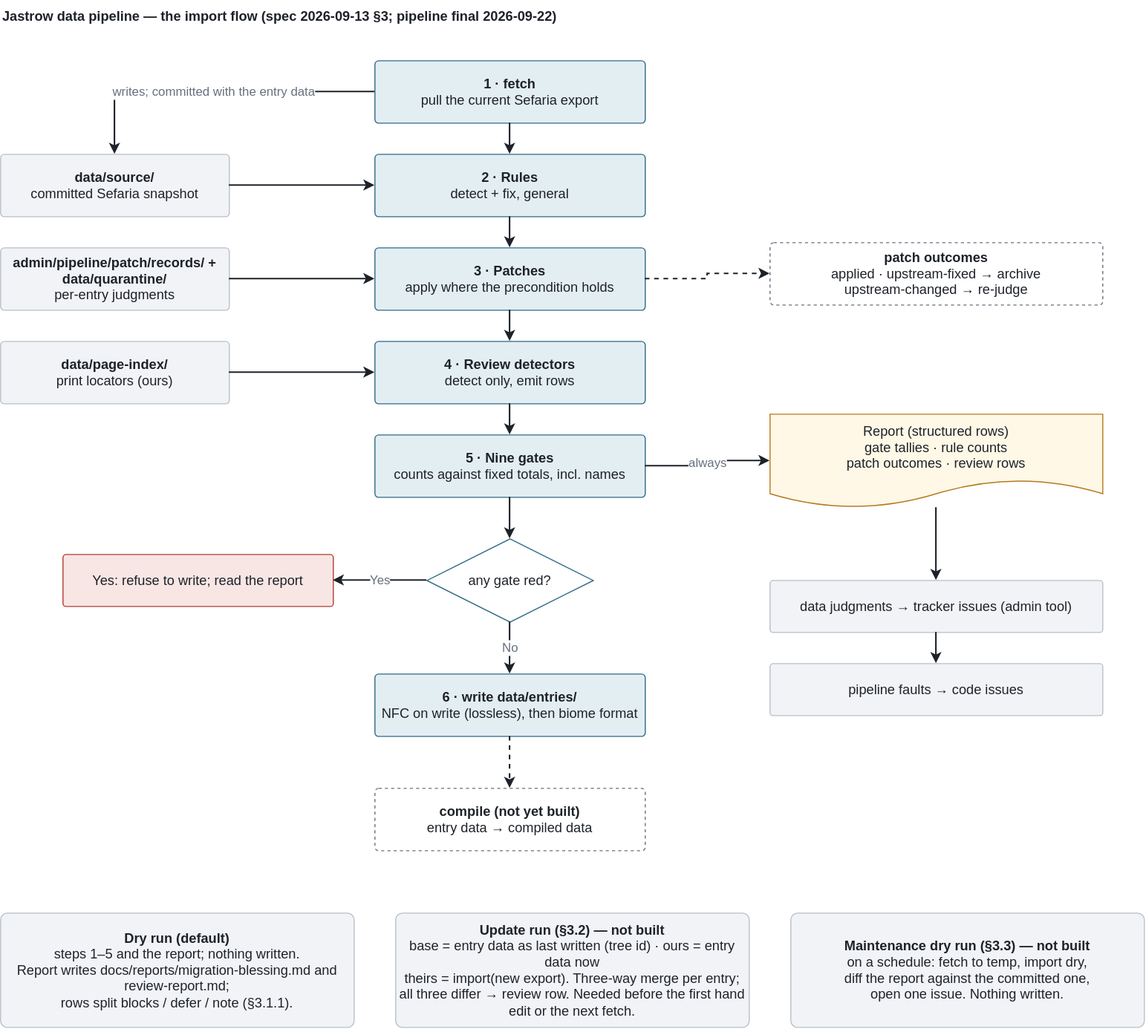
The draw.io diagram docs/pipeline-flow.drawio.svg in UniquePixels/jastrow, before a commit. Source tidied: cells renumbered, new cells last; positions are measured from the earlier drawing's top-left corner, leaving out a move shared by most shapes.
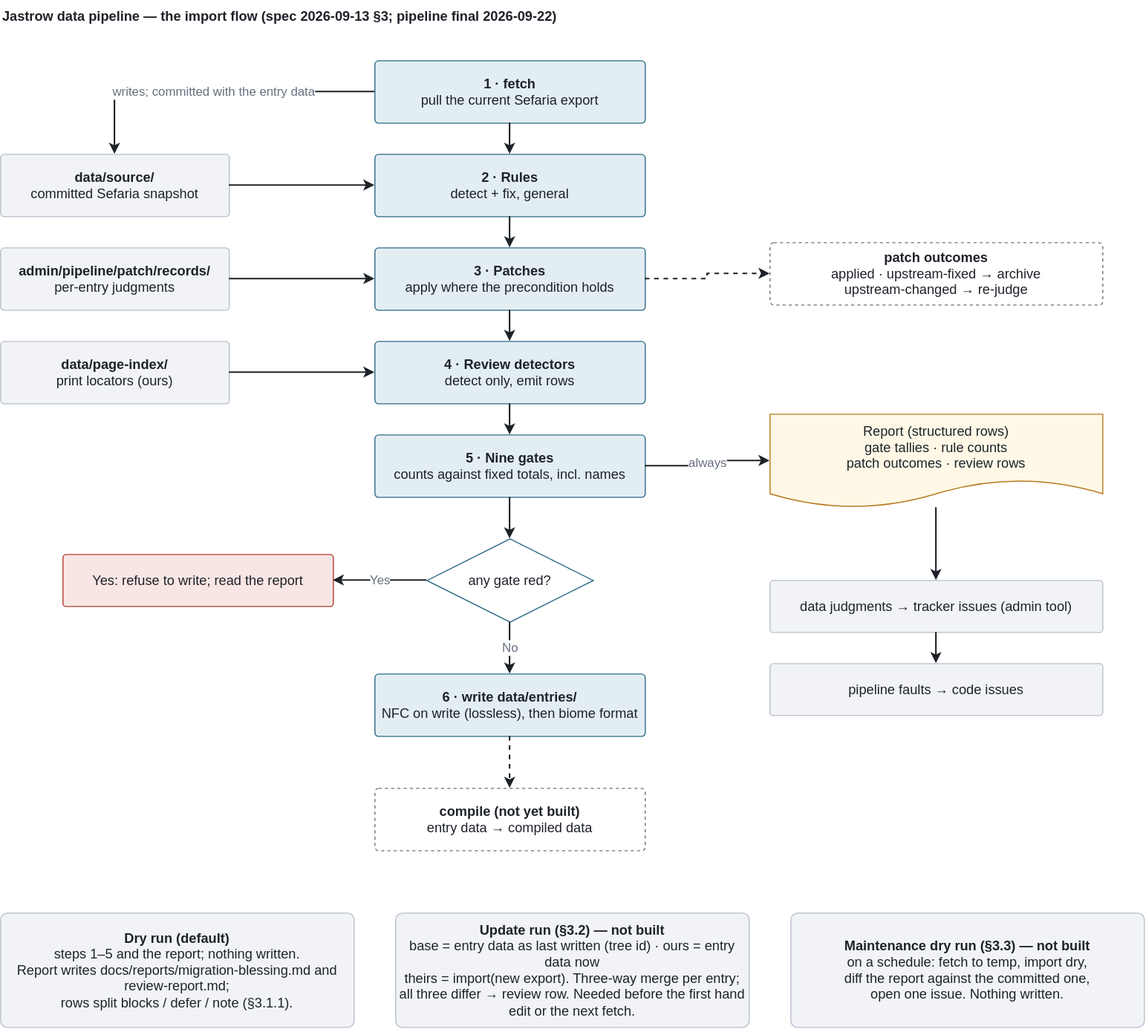
Later version of the same file.

What changed in the source:
```diff
@@ -11,7 +11,7 @@
     <mxCell id="4" value="&lt;b&gt;data/page-index/&lt;/b&gt;&lt;br&gt;print locators (ours)" style="rounded=1;arcSize=6;whiteSpace=wrap;html=1;fontFamily=Helvetica;fontSize=13;fontColor=#1E2229;fillColor=#F1F3F6;strokeColor=#B8C0CA;" parent="1" vertex="1">
       <mxGeometry y="328" width="220" height="60" as="geometry" />
     </mxCell>
-    <mxCell id="5" value="&lt;b&gt;admin/pipeline/patch/records/ + data/quarantine/&lt;/b&gt;&lt;br&gt;per-entry judgments" style="rounded=1;arcSize=6;whiteSpace=wrap;html=1;fontFamily=Helvetica;fontSize=13;fontColor=#1E2229;fillColor=#F1F3F6;strokeColor=#B8C0CA;" parent="1" vertex="1">
+    <mxCell id="5" value="&lt;b&gt;admin/pipeline/patch/records/&lt;/b&gt;&lt;br&gt;per-entry judgments" style="rounded=1;arcSize=6;whiteSpace=wrap;html=1;fontFamily=Helvetica;fontSize=13;fontColor=#1E2229;fillColor=#F1F3F6;strokeColor=#B8C0CA;" parent="1" vertex="1">
       <mxGeometry y="238" width="220" height="60" as="geometry" />
     </mxCell>
     <mxCell id="6" value="&lt;b&gt;1 · fetch&lt;/b&gt;&lt;br&gt;pull the current Sefaria export" style="rounded=1;arcSize=6;whiteSpace=wrap;html=1;fontFamily=Helvetica;fontSize=13;fontColor=#1E2229;fillColor=#E3EEF3;strokeColor=#2E6A85;" parent="1" vertex="1">
```
